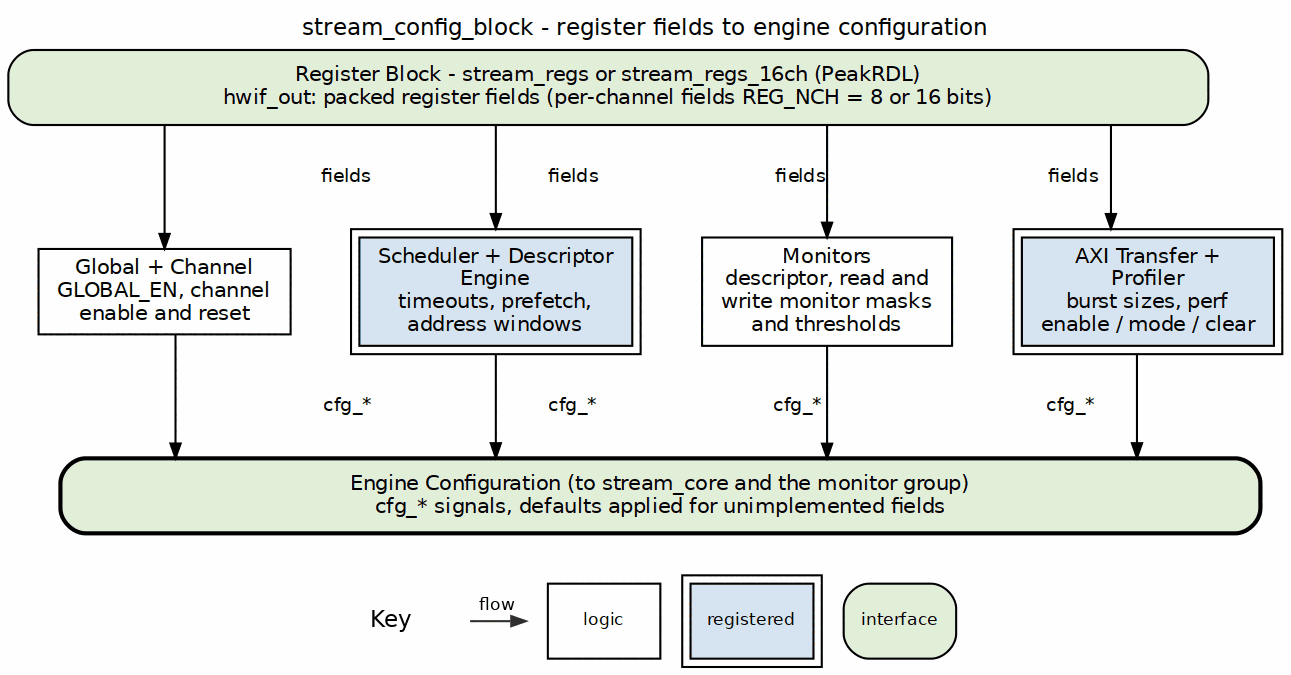
Above: projects/components/dma-ip/stream/docs/stream_mas/assets/graphviz/14_stream_config_block.png in sean-galloway/RTLDesignSherpa (Graphviz), before the change. Its source is kept beside it as projects/components/dma-ip/stream/docs/stream_mas/assets/graphviz/14_stream_config_block.dot.
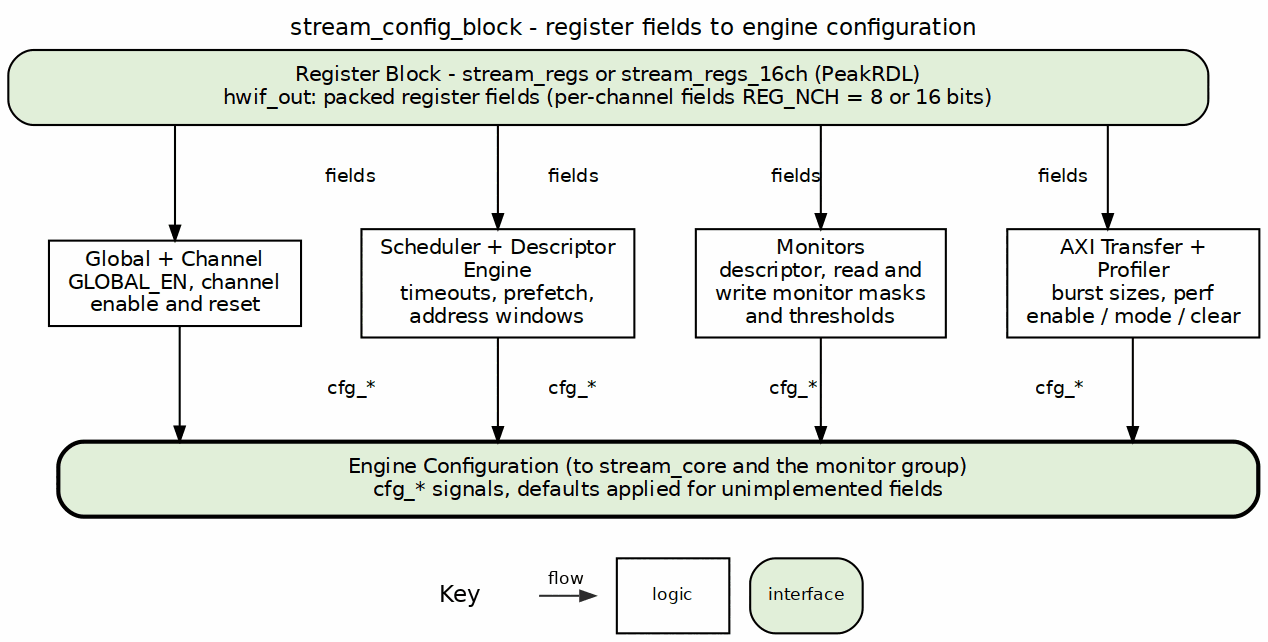
After the commit.

What changed in the source:
```diff
@@ -8,9 +8,9 @@
 
     regs [label="Register Block - stream_regs or stream_regs_16ch (PeakRDL)\nhwif_out: packed register fields (per-channel fields REG_NCH = 8 or 16 bits)", fillcolor="white", width=8.0, style="rounded,filled", fillcolor="#E2EFDA"];
     g1 [label="Global + Channel\nGLOBAL_EN, channel\nenable and reset", style="filled", fillcolor="white"];
-    g2 [label="Scheduler + Descriptor\nEngine\ntimeouts, prefetch,\naddress windows", peripheries=2, style="filled", fillcolor="#D6E4F0"];
+    g2 [label="Scheduler + Descriptor\nEngine\ntimeouts, prefetch,\naddress windows", style="filled", fillcolor="white"];
     g3 [label="Monitors\ndescriptor, read and\nwrite monitor masks\nand thresholds", style="filled", fillcolor="white"];
-    g4 [label="AXI Transfer +\nProfiler\nburst sizes, perf\nenable / mode / clear", peripheries=2, style="filled", fillcolor="#D6E4F0"];
+    g4 [label="AXI Transfer +\nProfiler\nburst sizes, perf\nenable / mode / clear", style="filled", fillcolor="white"];
     bar [label="Engine Configuration (to stream_core and the monitor group)\ncfg_* signals, defaults applied for unimplemented fields", fillcolor="white", width=8.0, style="rounded,filled,bold", fillcolor="#E2EFDA"];
 
     regs -> g1 [label="fields"]; regs -> g2 [label="fields"]; regs -> g3 [label="fields"]; regs -> g4 [label="fields"];
```
